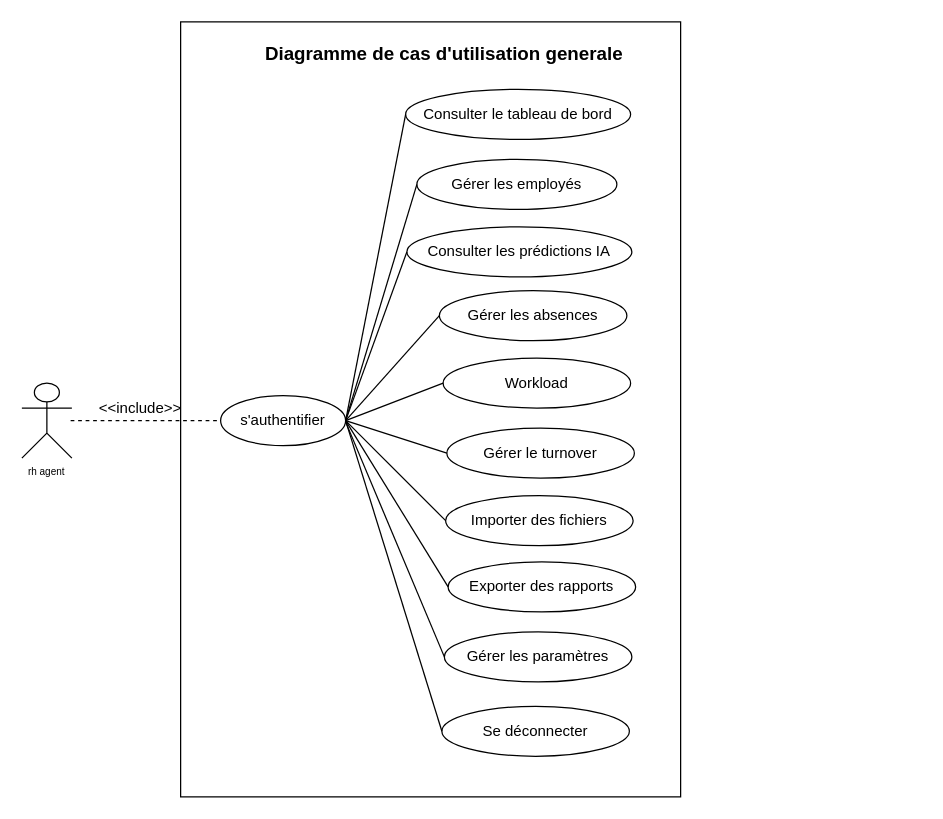
Above: Diagramme sans nom.drawio in rayen-akremi/rh-manegment (draw.io), before the change. Source tidied: cells renumbered, new cells numbered last; positions are measured from the earlier drawing's top-left corner, leaving out a move shared by most shapes. Both pictures are drawn from the tidied source at 125%, with x=0, y=0 at pixel (21, 21).
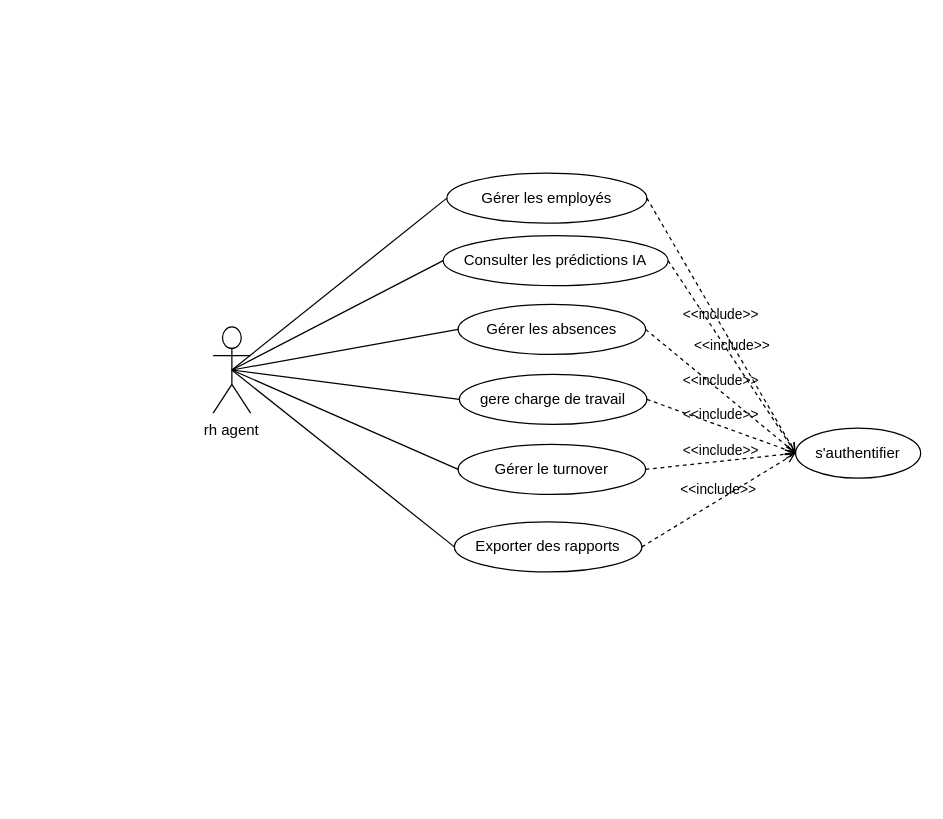
The same diagram, later.

Change to the diagram source:
```diff
@@
-    <mxCell id="2" value="rh agent&#10;" style="shape=umlActor;verticalLabelPosition=bottom;verticalAlign=top;outlineConnect=0;autosizeText=1;fontSize=8;convertToSvg=0;fontStyle=0;" parent="1" vertex="1">
-      <mxGeometry y="289" width="40" height="60" as="geometry" />
+    <mxCell id="2" value="rh agent&#10;" style="shape=umlActor;verticalLabelPosition=bottom;verticalAlign=top;outlineConnect=0;autosizeText=1;fontSize=12;convertToSvg=0;fontStyle=0;" parent="1" vertex="1">
+      <mxGeometry x="153" y="244" width="30" height="69" as="geometry" />
     </mxCell>
-    <mxCell id="3" style="rounded=0;whiteSpace=wrap;html=1;" parent="1" vertex="1">
-      <mxGeometry x="127" width="400" height="620" as="geometry" />
-    </mxCell>
-    <mxCell id="4" value="s'authentifier" style="ellipse;whiteSpace=wrap;html=1;align=center;newEdgeStyle={&quot;edgeStyle&quot;:&quot;entityRelationEdgeStyle&quot;,&quot;startArrow&quot;:&quot;none&quot;,&quot;endArrow&quot;:&quot;none&quot;,&quot;segment&quot;:10,&quot;curved&quot;:1,&quot;sourcePerimeterSpacing&quot;:0,&quot;targetPerimeterSpacing&quot;:0};" parent="1" vertex="1">
-      <mxGeometry x="159" y="299" width="100" height="40" as="geometry" />
-    </mxCell>
-    <mxCell id="5" value="Consulter le tableau de bord" style="ellipse;whiteSpace=wrap;html=1;align=center;newEdgeStyle={&quot;edgeStyle&quot;:&quot;entityRelationEdgeStyle&quot;,&quot;startArrow&quot;:&quot;none&quot;,&quot;endArrow&quot;:&quot;none&quot;,&quot;segment&quot;:10,&quot;curved&quot;:1,&quot;sourcePerimeterSpacing&quot;:0,&quot;targetPerimeterSpacing&quot;:0};" parent="1" vertex="1">
-      <mxGeometry x="307" y="54" width="180" height="40" as="geometry" />
-    </mxCell>
     <mxCell id="6" value="Gérer les employés" style="ellipse;whiteSpace=wrap;html=1;align=center;newEdgeStyle={&quot;edgeStyle&quot;:&quot;entityRelationEdgeStyle&quot;,&quot;startArrow&quot;:&quot;none&quot;,&quot;endArrow&quot;:&quot;none&quot;,&quot;segment&quot;:10,&quot;curved&quot;:1,&quot;sourcePerimeterSpacing&quot;:0,&quot;targetPerimeterSpacing&quot;:0};" parent="1" vertex="1">
-      <mxGeometry x="316" y="110" width="160" height="40" as="geometry" />
+      <mxGeometry x="340" y="121" width="160" height="40" as="geometry" />
     </mxCell>
     <mxCell id="7" value="Consulter les prédictions IA" style="ellipse;whiteSpace=wrap;html=1;align=center;newEdgeStyle={&quot;edgeStyle&quot;:&quot;entityRelationEdgeStyle&quot;,&quot;startArrow&quot;:&quot;none&quot;,&quot;endArrow&quot;:&quot;none&quot;,&quot;segment&quot;:10,&quot;curved&quot;:1,&quot;sourcePerimeterSpacing&quot;:0,&quot;targetPerimeterSpacing&quot;:0};" parent="1" vertex="1">
-      <mxGeometry x="308" y="164" width="180" height="40" as="geometry" />
+      <mxGeometry x="337" y="171" width="180" height="40" as="geometry" />
     </mxCell>
     <mxCell id="8" value="Gérer les absences" style="ellipse;whiteSpace=wrap;html=1;align=center;newEdgeStyle={&quot;edgeStyle&quot;:&quot;entityRelationEdgeStyle&quot;,&quot;startArrow&quot;:&quot;none&quot;,&quot;endArrow&quot;:&quot;none&quot;,&quot;segment&quot;:10,&quot;curved&quot;:1,&quot;sourcePerimeterSpacing&quot;:0,&quot;targetPerimeterSpacing&quot;:0};" parent="1" vertex="1">
-      <mxGeometry x="334" y="215" width="150" height="40" as="geometry" />
+      <mxGeometry x="349" y="226" width="150" height="40" as="geometry" />
     </mxCell>
-    <mxCell id="9" value="Workload" style="ellipse;whiteSpace=wrap;html=1;align=center;newEdgeStyle={&quot;edgeStyle&quot;:&quot;entityRelationEdgeStyle&quot;,&quot;startArrow&quot;:&quot;none&quot;,&quot;endArrow&quot;:&quot;none&quot;,&quot;segment&quot;:10,&quot;curved&quot;:1,&quot;sourcePerimeterSpacing&quot;:0,&quot;targetPerimeterSpacing&quot;:0};" parent="1" vertex="1">
-      <mxGeometry x="337" y="269" width="150" height="40" as="geometry" />
+    <mxCell id="9" value="gere charge de travail" style="ellipse;whiteSpace=wrap;html=1;align=center;newEdgeStyle={&quot;edgeStyle&quot;:&quot;entityRelationEdgeStyle&quot;,&quot;startArrow&quot;:&quot;none&quot;,&quot;endArrow&quot;:&quot;none&quot;,&quot;segment&quot;:10,&quot;curved&quot;:1,&quot;sourcePerimeterSpacing&quot;:0,&quot;targetPerimeterSpacing&quot;:0};" parent="1" vertex="1">
+      <mxGeometry x="350" y="282" width="150" height="40" as="geometry" />
     </mxCell>
     <mxCell id="10" value="Gérer le turnover" style="ellipse;whiteSpace=wrap;html=1;align=center;newEdgeStyle={&quot;edgeStyle&quot;:&quot;entityRelationEdgeStyle&quot;,&quot;startArrow&quot;:&quot;none&quot;,&quot;endArrow&quot;:&quot;none&quot;,&quot;segment&quot;:10,&quot;curved&quot;:1,&quot;sourcePerimeterSpacing&quot;:0,&quot;targetPerimeterSpacing&quot;:0};" parent="1" vertex="1">
-      <mxGeometry x="340" y="325" width="150" height="40" as="geometry" />
+      <mxGeometry x="349" y="338" width="150" height="40" as="geometry" />
     </mxCell>
-    <mxCell id="11" value="Importer des fichiers" style="ellipse;whiteSpace=wrap;html=1;align=center;newEdgeStyle={&quot;edgeStyle&quot;:&quot;entityRelationEdgeStyle&quot;,&quot;startArrow&quot;:&quot;none&quot;,&quot;endArrow&quot;:&quot;none&quot;,&quot;segment&quot;:10,&quot;curved&quot;:1,&quot;sourcePerimeterSpacing&quot;:0,&quot;targetPerimeterSpacing&quot;:0};" parent="1" vertex="1">
-      <mxGeometry x="339" y="379" width="150" height="40" as="geometry" />
-    </mxCell>
     <mxCell id="12" value="Exporter des rapports" style="ellipse;whiteSpace=wrap;html=1;align=center;newEdgeStyle={&quot;edgeStyle&quot;:&quot;entityRelationEdgeStyle&quot;,&quot;startArrow&quot;:&quot;none&quot;,&quot;endArrow&quot;:&quot;none&quot;,&quot;segment&quot;:10,&quot;curved&quot;:1,&quot;sourcePerimeterSpacing&quot;:0,&quot;targetPerimeterSpacing&quot;:0};" parent="1" vertex="1">
-      <mxGeometry x="341" y="432" width="150" height="40" as="geometry" />
+      <mxGeometry x="346" y="400" width="150" height="40" as="geometry" />
     </mxCell>
-    <mxCell id="13" value="Gérer les paramètres" style="ellipse;whiteSpace=wrap;html=1;align=center;newEdgeStyle={&quot;edgeStyle&quot;:&quot;entityRelationEdgeStyle&quot;,&quot;startArrow&quot;:&quot;none&quot;,&quot;endArrow&quot;:&quot;none&quot;,&quot;segment&quot;:10,&quot;curved&quot;:1,&quot;sourcePerimeterSpacing&quot;:0,&quot;targetPerimeterSpacing&quot;:0};" parent="1" vertex="1">
-      <mxGeometry x="338" y="488" width="150" height="40" as="geometry" />
-    </mxCell>
-    <mxCell id="14" value="Se déconnecter" style="ellipse;whiteSpace=wrap;html=1;align=center;newEdgeStyle={&quot;edgeStyle&quot;:&quot;entityRelationEdgeStyle&quot;,&quot;startArrow&quot;:&quot;none&quot;,&quot;endArrow&quot;:&quot;none&quot;,&quot;segment&quot;:10,&quot;curved&quot;:1,&quot;sourcePerimeterSpacing&quot;:0,&quot;targetPerimeterSpacing&quot;:0};" parent="1" vertex="1">
-      <mxGeometry x="336" y="547.5" width="150" height="40" as="geometry" />
-    </mxCell>
-    <mxCell id="15" style="endArrow=none;dashed=1;html=1;rounded=0;entryX=0;entryY=0.5;entryDx=0;entryDy=0;" parent="1" edge="1" target="4">
-      <mxGeometry relative="1" as="geometry">
-        <mxPoint x="39" y="319" as="sourcePoint" />
-      </mxGeometry>
-    </mxCell>
-    <mxCell id="16" value="&amp;lt;&amp;lt;include&amp;gt;&amp;gt;" style="text;html=1;whiteSpace=wrap;strokeColor=none;fillColor=none;align=center;verticalAlign=middle;rounded=0;" parent="1" vertex="1">
-      <mxGeometry x="65" y="294" width="60" height="30" as="geometry" />
-    </mxCell>
-    <mxCell id="17" style="endArrow=none;html=1;rounded=0;exitX=1;exitY=0.5;exitDx=0;exitDy=0;entryX=0;entryY=0.5;entryDx=0;entryDy=0;" parent="1" edge="1" source="4" target="5">
-      <mxGeometry relative="1" as="geometry" />
-    </mxCell>
-    <mxCell id="18" style="endArrow=none;html=1;rounded=0;entryX=0;entryY=0.5;entryDx=0;entryDy=0;exitX=1;exitY=0.5;exitDx=0;exitDy=0;" parent="1" edge="1" source="4" target="6">
+    <mxCell id="18" style="endArrow=none;html=1;rounded=0;entryX=0;entryY=0.5;entryDx=0;entryDy=0;exitX=0.5;exitY=0.5;exitDx=0;exitDy=0;exitPerimeter=0;" parent="1" edge="1" source="2" target="6">
       <mxGeometry relative="1" as="geometry" />
     </mxCell>
-    <mxCell id="19" style="endArrow=none;html=1;rounded=0;entryX=0;entryY=0.5;entryDx=0;entryDy=0;exitX=1;exitY=0.5;exitDx=0;exitDy=0;" parent="1" edge="1" source="4" target="8">
+    <mxCell id="19" style="endArrow=none;html=1;rounded=0;entryX=0;entryY=0.5;entryDx=0;entryDy=0;exitX=0.5;exitY=0.5;exitDx=0;exitDy=0;exitPerimeter=0;" parent="1" edge="1" source="2" target="8">
       <mxGeometry relative="1" as="geometry" />
     </mxCell>
-    <mxCell id="20" style="endArrow=none;html=1;rounded=0;entryX=0;entryY=0.5;entryDx=0;entryDy=0;exitX=1;exitY=0.5;exitDx=0;exitDy=0;" parent="1" edge="1" source="4" target="9">
+    <mxCell id="20" style="endArrow=none;html=1;rounded=0;entryX=0;entryY=0.5;entryDx=0;entryDy=0;exitX=0.5;exitY=0.5;exitDx=0;exitDy=0;exitPerimeter=0;" parent="1" edge="1" source="2" target="9">
       <mxGeometry relative="1" as="geometry" />
     </mxCell>
-    <mxCell id="21" style="endArrow=none;html=1;rounded=0;entryX=0;entryY=0.5;entryDx=0;entryDy=0;exitX=1;exitY=0.5;exitDx=0;exitDy=0;" parent="1" edge="1" source="4" target="14">
-      <mxGeometry relative="1" as="geometry" />
-    </mxCell>
-    <mxCell id="22" style="endArrow=none;html=1;rounded=0;entryX=0;entryY=0.5;entryDx=0;entryDy=0;" parent="1" edge="1" target="13">
-      <mxGeometry relative="1" as="geometry">
-        <mxPoint x="259" y="320" as="sourcePoint" />
-      </mxGeometry>
-    </mxCell>
-    <mxCell id="23" style="endArrow=none;html=1;rounded=0;entryX=0;entryY=0.5;entryDx=0;entryDy=0;exitX=1;exitY=0.5;exitDx=0;exitDy=0;" parent="1" edge="1" source="4" target="12">
+    <mxCell id="23" style="endArrow=none;html=1;rounded=0;entryX=0;entryY=0.5;entryDx=0;entryDy=0;exitX=0.5;exitY=0.5;exitDx=0;exitDy=0;exitPerimeter=0;" parent="1" edge="1" source="2" target="12">
       <mxGeometry relative="1" as="geometry" />
     </mxCell>
-    <mxCell id="24" style="endArrow=none;html=1;rounded=0;exitX=1;exitY=0.5;exitDx=0;exitDy=0;entryX=0;entryY=0.5;entryDx=0;entryDy=0;" parent="1" edge="1" source="4" target="11">
-      <mxGeometry relative="1" as="geometry" />
-    </mxCell>
-    <mxCell id="25" style="endArrow=none;html=1;rounded=0;exitX=1;exitY=0.5;exitDx=0;exitDy=0;entryX=0;entryY=0.5;entryDx=0;entryDy=0;" parent="1" edge="1" source="4" target="10">
+    <mxCell id="25" style="endArrow=none;html=1;rounded=0;exitX=0.5;exitY=0.5;exitDx=0;exitDy=0;entryX=0;entryY=0.5;entryDx=0;entryDy=0;exitPerimeter=0;" parent="1" edge="1" source="2" target="10">
       <mxGeometry relative="1" as="geometry" />
     </mxCell>
-    <mxCell id="26" value="Diagramme de cas d'utilisation generale" style="text;html=1;whiteSpace=wrap;strokeColor=none;fillColor=none;align=center;verticalAlign=middle;rounded=0;fontSize=15;fontStyle=1;" parent="1" vertex="1">
-      <mxGeometry x="193" y="10" width="290" height="30" as="geometry" />
-    </mxCell>
-    <mxCell id="27" style="endArrow=none;html=1;rounded=0;entryX=0;entryY=0.5;entryDx=0;entryDy=0;exitX=1;exitY=0.5;exitDx=0;exitDy=0;" parent="1" edge="1" source="4" target="7">
+    <mxCell id="27" style="endArrow=none;html=1;rounded=0;entryX=0;entryY=0.5;entryDx=0;entryDy=0;exitX=0.5;exitY=0.5;exitDx=0;exitDy=0;exitPerimeter=0;" parent="1" edge="1" source="2" target="7">
       <mxGeometry relative="1" as="geometry" />
     </mxCell>
+    <mxCell id="4" value="s'authentifier" style="ellipse;whiteSpace=wrap;html=1;align=center;newEdgeStyle={&quot;edgeStyle&quot;:&quot;entityRelationEdgeStyle&quot;,&quot;startArrow&quot;:&quot;none&quot;,&quot;endArrow&quot;:&quot;none&quot;,&quot;segment&quot;:10,&quot;curved&quot;:1,&quot;sourcePerimeterSpacing&quot;:0,&quot;targetPerimeterSpacing&quot;:0};" parent="1" vertex="1">
+      <mxGeometry x="619" y="325" width="100" height="40" as="geometry" />
+    </mxCell>
+    <mxCell id="28" value="&amp;lt;&amp;lt;include&amp;gt;&amp;gt;" style="html=1;verticalAlign=bottom;labelBackgroundColor=none;endArrow=open;endFill=0;dashed=1;rounded=0;exitX=1;exitY=0.5;exitDx=0;exitDy=0;entryX=0;entryY=0.5;entryDx=0;entryDy=0;" parent="1" edge="1" source="6" target="4">
+      <mxGeometry relative="1" as="geometry" />
+    </mxCell>
+    <mxCell id="29" value="&amp;lt;&amp;lt;include&amp;gt;&amp;gt;" style="html=1;verticalAlign=bottom;labelBackgroundColor=none;endArrow=open;endFill=0;dashed=1;rounded=0;exitX=1;exitY=0.5;exitDx=0;exitDy=0;entryX=0;entryY=0.5;entryDx=0;entryDy=0;" parent="1" edge="1" source="7" target="4">
+      <mxGeometry relative="1" as="geometry" />
+    </mxCell>
+    <mxCell id="30" value="&amp;lt;&amp;lt;include&amp;gt;&amp;gt;" style="html=1;verticalAlign=bottom;labelBackgroundColor=none;endArrow=open;endFill=0;dashed=1;rounded=0;exitX=1;exitY=0.5;exitDx=0;exitDy=0;entryX=0;entryY=0.5;entryDx=0;entryDy=0;" parent="1" edge="1" source="8" target="4">
+      <mxGeometry relative="1" as="geometry" />
+    </mxCell>
+    <mxCell id="31" value="&amp;lt;&amp;lt;include&amp;gt;&amp;gt;" style="html=1;verticalAlign=bottom;labelBackgroundColor=none;endArrow=open;endFill=0;dashed=1;rounded=0;exitX=1;exitY=0.5;exitDx=0;exitDy=0;entryX=0;entryY=0.5;entryDx=0;entryDy=0;" parent="1" edge="1" source="9" target="4">
+      <mxGeometry relative="1" as="geometry" />
+    </mxCell>
+    <mxCell id="32" value="&amp;lt;&amp;lt;include&amp;gt;&amp;gt;" style="html=1;verticalAlign=bottom;labelBackgroundColor=none;endArrow=open;endFill=0;dashed=1;rounded=0;exitX=1;exitY=0.5;exitDx=0;exitDy=0;entryX=0;entryY=0.5;entryDx=0;entryDy=0;" parent="1" edge="1" source="10" target="4">
+      <mxGeometry relative="1" as="geometry" />
+    </mxCell>
+    <mxCell id="33" value="&amp;lt;&amp;lt;include&amp;gt;&amp;gt;" style="html=1;verticalAlign=bottom;labelBackgroundColor=none;endArrow=open;endFill=0;dashed=1;rounded=0;exitX=1;exitY=0.5;exitDx=0;exitDy=0;entryX=0;entryY=0.5;entryDx=0;entryDy=0;" parent="1" edge="1" source="12" target="4">
+      <mxGeometry relative="1" as="geometry" />
+    </mxCell>
```
